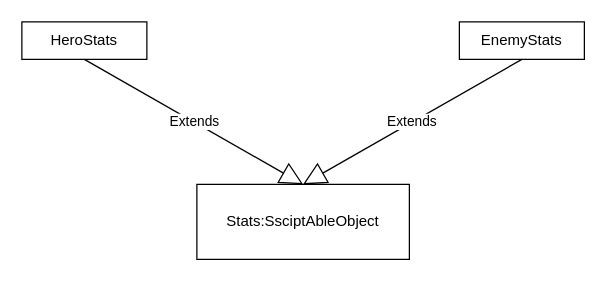
HiamKaito/KaiGame_01 keeps this draw.io diagram as page "Stats" (5 of 5) of KaiGame_01.drawio. Above is the earlier version. Source tidied: cells renumbered, new cells numbered last; positions are measured from the earlier drawing's top-left corner, leaving out a move shared by most shapes. Both pictures are drawn from the tidied source at 125%, with x=0, y=0 at pixel (21, 21).
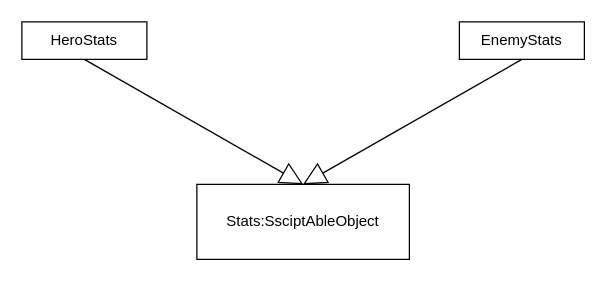
After the change.

The edit, as a diff of the source:
```diff
@@
 <mxGraphModel>
   <root>
     <mxCell id="0" />
     <mxCell id="1" parent="0" />
     <mxCell id="2" value="HeroStats" style="rounded=0;whiteSpace=wrap;html=1;" parent="1" vertex="1">
       <mxGeometry width="100" height="30" as="geometry" />
     </mxCell>
     <mxCell id="3" value="EnemyStats" style="rounded=0;whiteSpace=wrap;html=1;" parent="1" vertex="1">
       <mxGeometry x="350" width="100" height="30" as="geometry" />
     </mxCell>
     <mxCell id="4" value="Stats:SsciptAbleObject" style="rounded=0;whiteSpace=wrap;html=1;" parent="1" vertex="1">
       <mxGeometry x="140" y="130" width="170" height="60" as="geometry" />
     </mxCell>
-    <mxCell id="5" value="Extends" style="endArrow=block;endSize=16;endFill=0;html=1;exitX=0.5;exitY=1;exitDx=0;exitDy=0;entryX=0.5;entryY=0;entryDx=0;entryDy=0;" parent="1" edge="1" source="2" target="4">
+    <mxCell id="5" style="endArrow=block;endSize=16;endFill=0;html=1;exitX=0.5;exitY=1;exitDx=0;exitDy=0;entryX=0.5;entryY=0;entryDx=0;entryDy=0;" parent="1" edge="1" source="2" target="4">
       <mxGeometry relative="1" as="geometry" />
     </mxCell>
-    <mxCell id="6" value="Extends" style="endArrow=block;endSize=16;endFill=0;html=1;exitX=0.5;exitY=1;exitDx=0;exitDy=0;entryX=0.5;entryY=0;entryDx=0;entryDy=0;" parent="1" edge="1" source="3" target="4">
+    <mxCell id="6" style="endArrow=block;endSize=16;endFill=0;html=1;exitX=0.5;exitY=1;exitDx=0;exitDy=0;entryX=0.5;entryY=0;entryDx=0;entryDy=0;" parent="1" edge="1" source="3" target="4">
       <mxGeometry relative="1" as="geometry" />
     </mxCell>
   </root>
 </mxGraphModel>
```
